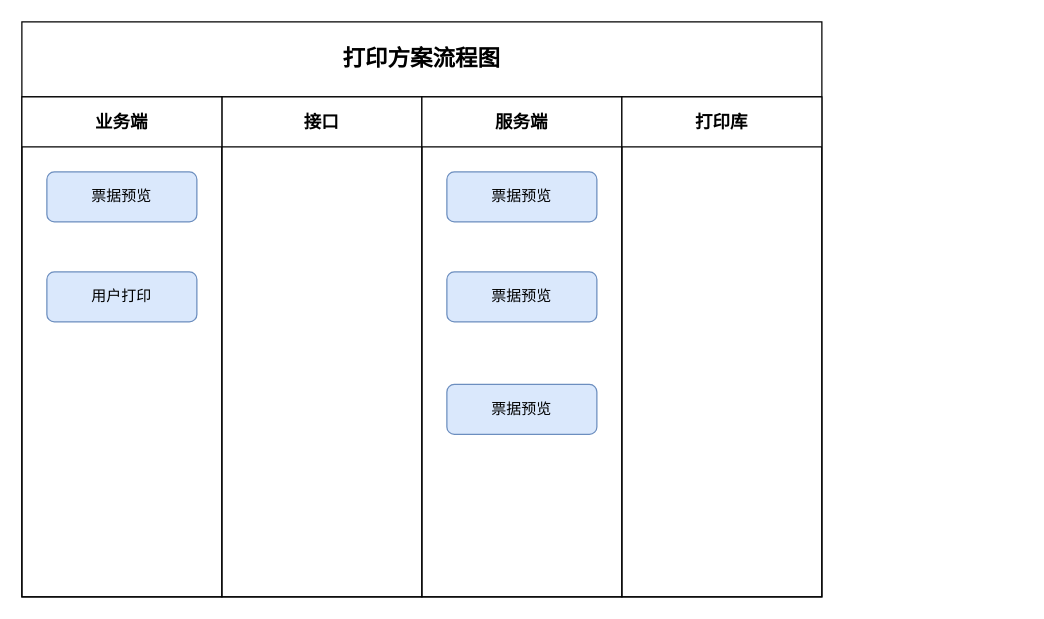
Earlier version of the draw.io diagram 打印方案流程图.drawio (jswangtao/drawio-lib). Source tidied: cells renumbered, new cells numbered last; positions are measured from the earlier drawing's top-left corner, leaving out a move shared by most shapes. Both pictures are drawn from the tidied source at 125%, with x=0, y=0 at pixel (21, 21).
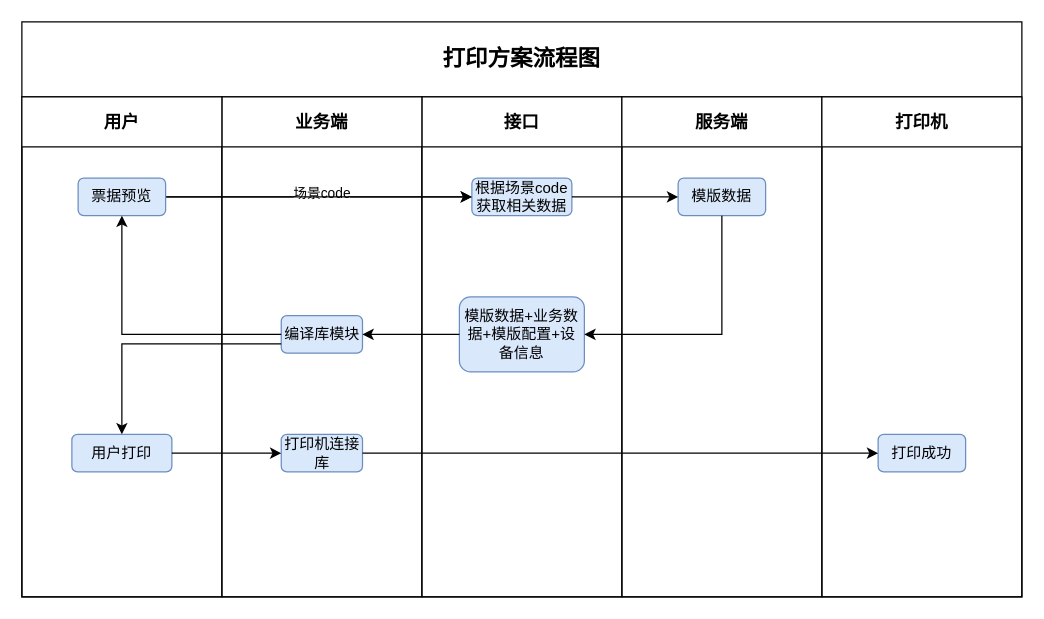
The same page after the edit.

Commit message (it also covers changes not shown here):
更新打印方案流程图.drawio

What changed in the source:
```diff
@@
     <mxCell id="2" value="&lt;font style=&quot;font-size: 18px;&quot;&gt;打印方案流程图&lt;/font&gt;" style="swimlane;whiteSpace=wrap;html=1;startSize=60;" parent="1" vertex="1">
-      <mxGeometry width="640" height="460" as="geometry" />
+      <mxGeometry width="800" height="460" as="geometry" />
     </mxCell>
     <mxCell id="3" value="&lt;font style=&quot;font-size: 14px;&quot;&gt;接口&lt;/font&gt;" style="swimlane;whiteSpace=wrap;html=1;startSize=40;" parent="2" vertex="1">
-      <mxGeometry x="160" y="60" width="160" height="400" as="geometry" />
+      <mxGeometry x="320" y="60" width="160" height="400" as="geometry" />
     </mxCell>
+    <mxCell id="12" value="根据场景code获取相关数据" style="rounded=1;whiteSpace=wrap;html=1;fillColor=#dae8fc;strokeColor=#6c8ebf;" parent="3" vertex="1">
+      <mxGeometry x="40" y="65" width="80" height="30" as="geometry" />
+    </mxCell>
+    <mxCell id="13" value="模版数据+业务数据+模版配置+设备信息" style="rounded=1;whiteSpace=wrap;html=1;fillColor=#dae8fc;strokeColor=#6c8ebf;" parent="3" vertex="1">
+      <mxGeometry x="30" y="160" width="100" height="60" as="geometry" />
+    </mxCell>
     <mxCell id="4" value="&lt;font style=&quot;font-size: 14px;&quot;&gt;服务端&lt;/font&gt;" style="swimlane;whiteSpace=wrap;html=1;startSize=40;" parent="2" vertex="1">
-      <mxGeometry x="320" y="60" width="160" height="400" as="geometry" />
+      <mxGeometry x="480" y="60" width="160" height="400" as="geometry" />
     </mxCell>
-    <mxCell id="5" value="票据预览" style="rounded=1;whiteSpace=wrap;html=1;fillColor=#dae8fc;strokeColor=#6c8ebf;" parent="4" vertex="1">
-      <mxGeometry x="20" y="60" width="120" height="40" as="geometry" />
+    <mxCell id="5" value="模版数据" style="rounded=1;whiteSpace=wrap;html=1;fillColor=#dae8fc;strokeColor=#6c8ebf;" parent="4" vertex="1">
+      <mxGeometry x="45" y="65" width="70" height="30" as="geometry" />
     </mxCell>
-    <mxCell id="6" value="票据预览" style="rounded=1;whiteSpace=wrap;html=1;fillColor=#dae8fc;strokeColor=#6c8ebf;" parent="4" vertex="1">
-      <mxGeometry x="20" y="140" width="120" height="40" as="geometry" />
-    </mxCell>
-    <mxCell id="7" value="票据预览" style="rounded=1;whiteSpace=wrap;html=1;fillColor=#dae8fc;strokeColor=#6c8ebf;" parent="4" vertex="1">
-      <mxGeometry x="20" y="230" width="120" height="40" as="geometry" />
-    </mxCell>
+    <mxCell id="9" value="&lt;font style=&quot;font-size: 14px;&quot;&gt;业务端&lt;/font&gt;" style="swimlane;whiteSpace=wrap;html=1;startSize=40;" parent="2" vertex="1">
+      <mxGeometry x="160" y="60" width="160" height="400" as="geometry" />
+    </mxCell>
+    <mxCell id="14" value="编译库模块" style="rounded=1;whiteSpace=wrap;html=1;fillColor=#dae8fc;strokeColor=#6c8ebf;" parent="9" vertex="1">
+      <mxGeometry x="47.5" y="175" width="65" height="30" as="geometry" />
+    </mxCell>
+    <mxCell id="15" value="打印机连接库" style="rounded=1;whiteSpace=wrap;html=1;fillColor=#dae8fc;strokeColor=#6c8ebf;" parent="9" vertex="1">
+      <mxGeometry x="47.5" y="270" width="65" height="30" as="geometry" />
+    </mxCell>
+    <mxCell id="16" style="edgeStyle=orthogonalEdgeStyle;rounded=0;jettySize=auto;html=1;exitX=1;exitY=0.5;exitDx=0;exitDy=0;" parent="2" edge="1" source="10" target="12">
+      <mxGeometry relative="1" as="geometry" />
+    </mxCell>
+    <mxCell id="17" value="场景code" style="edgeLabel;html=1;align=center;verticalAlign=middle;" parent="16" vertex="1">
+      <mxGeometry x="-0.38" y="4" relative="1" as="geometry">
+        <mxPoint x="48" as="offset" />
+      </mxGeometry>
+    </mxCell>
+    <mxCell id="18" style="edgeStyle=orthogonalEdgeStyle;rounded=0;jettySize=auto;html=1;" parent="2" edge="1" source="10" target="12">
+      <mxGeometry relative="1" as="geometry" />
+    </mxCell>
+    <mxCell id="19" style="edgeStyle=orthogonalEdgeStyle;rounded=0;jettySize=auto;html=1;exitX=1;exitY=0.5;exitDx=0;exitDy=0;entryX=0;entryY=0.5;entryDx=0;entryDy=0;" parent="2" edge="1" source="12" target="5">
+      <mxGeometry relative="1" as="geometry" />
+    </mxCell>
-    <mxCell id="8" value="&lt;font style=&quot;font-size: 14px;&quot;&gt;打印库&lt;/font&gt;" style="swimlane;whiteSpace=wrap;html=1;startSize=40;" parent="2" vertex="1">
-      <mxGeometry x="480" y="60" width="160" height="400" as="geometry" />
+    <mxCell id="8" value="&lt;font style=&quot;font-size: 14px;&quot;&gt;用户&lt;/font&gt;" style="swimlane;whiteSpace=wrap;html=1;startSize=40;" parent="2" vertex="1">
+      <mxGeometry y="60" width="160" height="400" as="geometry" />
     </mxCell>
-    <mxCell id="9" value="&lt;font style=&quot;font-size: 14px;&quot;&gt;业务端&lt;/font&gt;" style="swimlane;whiteSpace=wrap;html=1;startSize=40;" parent="2" vertex="1">
-      <mxGeometry y="60" width="160" height="400" as="geometry" />
-    </mxCell>
-    <mxCell id="10" value="票据预览" style="rounded=1;whiteSpace=wrap;html=1;fillColor=#dae8fc;strokeColor=#6c8ebf;" parent="9" vertex="1">
-      <mxGeometry x="20" y="60" width="120" height="40" as="geometry" />
+    <mxCell id="10" value="票据预览" style="rounded=1;whiteSpace=wrap;html=1;fillColor=#dae8fc;strokeColor=#6c8ebf;" parent="8" vertex="1">
+      <mxGeometry x="45" y="65" width="70" height="30" as="geometry" />
     </mxCell>
-    <mxCell id="11" value="用户打印" style="rounded=1;whiteSpace=wrap;html=1;fillColor=#dae8fc;strokeColor=#6c8ebf;" parent="9" vertex="1">
-      <mxGeometry x="20" y="140" width="120" height="40" as="geometry" />
+    <mxCell id="11" value="用户打印" style="rounded=1;whiteSpace=wrap;html=1;fillColor=#dae8fc;strokeColor=#6c8ebf;" parent="8" vertex="1">
+      <mxGeometry x="40" y="270" width="80" height="30" as="geometry" />
     </mxCell>
+    <mxCell id="20" style="edgeStyle=orthogonalEdgeStyle;rounded=0;jettySize=auto;html=1;exitX=0;exitY=0.5;exitDx=0;exitDy=0;entryX=0.5;entryY=1;entryDx=0;entryDy=0;" parent="2" edge="1" source="14" target="10">
+      <mxGeometry relative="1" as="geometry" />
+    </mxCell>
+    <mxCell id="21" style="edgeStyle=orthogonalEdgeStyle;rounded=0;jettySize=auto;html=1;exitX=0.5;exitY=1;exitDx=0;exitDy=0;entryX=1;entryY=0.5;entryDx=0;entryDy=0;" parent="2" edge="1" source="5" target="13">
+      <mxGeometry relative="1" as="geometry" />
+    </mxCell>
+    <mxCell id="22" style="edgeStyle=orthogonalEdgeStyle;rounded=0;jettySize=auto;html=1;exitX=0;exitY=0.5;exitDx=0;exitDy=0;entryX=1;entryY=0.5;entryDx=0;entryDy=0;" parent="2" edge="1" source="13" target="14">
+      <mxGeometry relative="1" as="geometry" />
+    </mxCell>
+    <mxCell id="23" style="edgeStyle=orthogonalEdgeStyle;rounded=0;jettySize=auto;html=1;exitX=0;exitY=0.75;exitDx=0;exitDy=0;entryX=0.5;entryY=0;entryDx=0;entryDy=0;" parent="2" edge="1" source="14" target="11">
+      <mxGeometry relative="1" as="geometry" />
+    </mxCell>
+    <mxCell id="24" value="&lt;font style=&quot;font-size: 14px;&quot;&gt;打印机&lt;/font&gt;" style="swimlane;whiteSpace=wrap;html=1;startSize=40;" parent="2" vertex="1">
+      <mxGeometry x="640" y="60" width="160" height="400" as="geometry" />
+    </mxCell>
+    <mxCell id="25" value="打印成功" style="rounded=1;whiteSpace=wrap;html=1;fillColor=#dae8fc;strokeColor=#6c8ebf;" parent="24" vertex="1">
+      <mxGeometry x="45" y="270" width="70" height="30" as="geometry" />
+    </mxCell>
+    <mxCell id="26" style="edgeStyle=orthogonalEdgeStyle;rounded=0;jettySize=auto;html=1;exitX=1;exitY=0.5;exitDx=0;exitDy=0;entryX=0;entryY=0.5;entryDx=0;entryDy=0;" parent="2" edge="1" source="11" target="15">
+      <mxGeometry relative="1" as="geometry" />
+    </mxCell>
+    <mxCell id="27" style="edgeStyle=orthogonalEdgeStyle;rounded=0;jettySize=auto;html=1;exitX=1;exitY=0.5;exitDx=0;exitDy=0;" parent="2" edge="1" source="15" target="25">
+      <mxGeometry relative="1" as="geometry" />
+    </mxCell>
```
